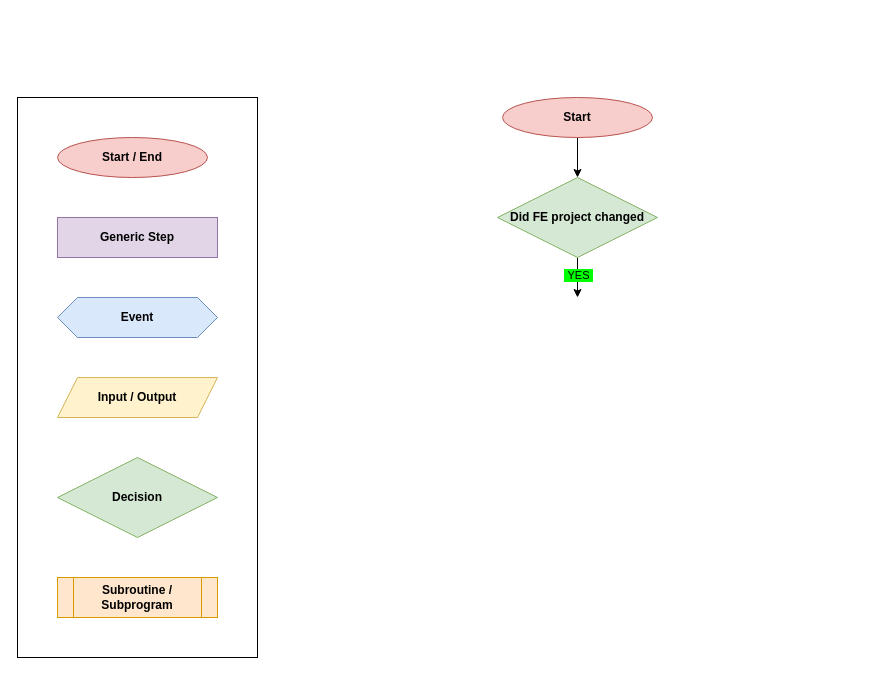
This is wiki/ci/ci-develop-frontend.drawio from paulAlexSerban/tpl--living-style-guide, a draw.io file, before an edit. Source tidied: cells renumbered, new cells numbered last; positions are measured from the earlier drawing's top-left corner, leaving out a move shared by most shapes. Both pictures are drawn from the tidied source at 100%, with x=0, y=0 at pixel (17, 97).
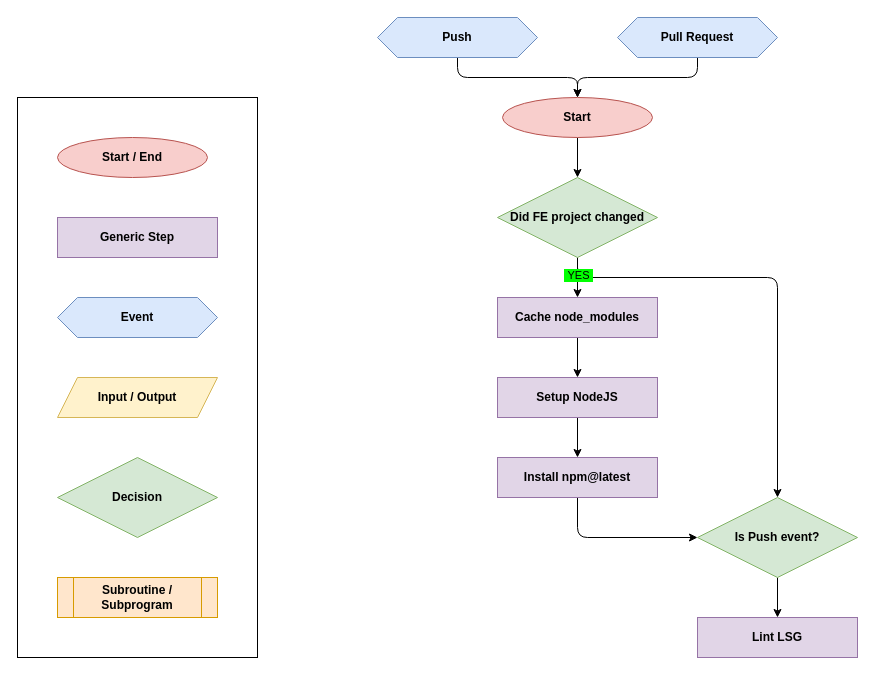
The same page after the edit.

The change refers to these unchanged cells:
```xml
<mxCell id="12" value="&lt;font color=&quot;#000000&quot;&gt;Start&lt;br&gt;&lt;/font&gt;" style="ellipse;whiteSpace=wrap;html=1;fillColor=#f8cecc;strokeColor=#b85450;fontStyle=1;" parent="1" vertex="1">
  <mxGeometry x="485" width="150" height="40" as="geometry" />
</mxCell>
<mxCell id="13" value="&lt;font color=&quot;#000000&quot;&gt;&lt;b&gt;Did FE project changed&lt;/b&gt;&lt;/font&gt;" style="rhombus;whiteSpace=wrap;html=1;fillColor=#d5e8d4;strokeColor=#82b366;" parent="1" vertex="1">
  <mxGeometry x="480" y="80" width="160" height="80" as="geometry" />
</mxCell>
```

Change to the diagram source:
```diff
@@
+    <mxCell id="14" style="edgeStyle=orthogonalEdgeStyle;html=1;entryX=0.5;entryY=0;entryDx=0;entryDy=0;fontColor=#000000;" parent="1" edge="1" source="13" target="26">
+      <mxGeometry relative="1" as="geometry">
+        <Array as="points">
+          <mxPoint x="560" y="180" />
+          <mxPoint x="760" y="180" />
+        </Array>
+      </mxGeometry>
+    </mxCell>
@@
+    <mxCell id="15" style="edgeStyle=orthogonalEdgeStyle;html=1;entryX=0.5;entryY=0;entryDx=0;entryDy=0;fontColor=#000000;" parent="1" edge="1" source="16" target="12">
+      <mxGeometry relative="1" as="geometry" />
+    </mxCell>
+    <mxCell id="16" value="&lt;b&gt;&lt;font color=&quot;#000000&quot;&gt;Push&lt;/font&gt;&lt;/b&gt;" style="shape=hexagon;perimeter=hexagonPerimeter2;whiteSpace=wrap;html=1;fixedSize=1;fillColor=#dae8fc;strokeColor=#6c8ebf;" parent="1" vertex="1">
+      <mxGeometry x="360" y="-80" width="160" height="40" as="geometry" />
+    </mxCell>
+    <mxCell id="17" style="edgeStyle=orthogonalEdgeStyle;html=1;fontColor=#000000;" parent="1" edge="1" source="18">
+      <mxGeometry relative="1" as="geometry">
+        <mxPoint x="560" as="targetPoint" />
+        <Array as="points">
+          <mxPoint x="680" y="-20" />
+          <mxPoint x="560" y="-20" />
+        </Array>
+      </mxGeometry>
+    </mxCell>
+    <mxCell id="18" value="&lt;b&gt;&lt;font color=&quot;#000000&quot;&gt;Pull Request&lt;/font&gt;&lt;/b&gt;" style="shape=hexagon;perimeter=hexagonPerimeter2;whiteSpace=wrap;html=1;fixedSize=1;fillColor=#dae8fc;strokeColor=#6c8ebf;" parent="1" vertex="1">
+      <mxGeometry x="600" y="-80" width="160" height="40" as="geometry" />
+    </mxCell>
+    <mxCell id="19" style="edgeStyle=orthogonalEdgeStyle;html=1;entryX=0.5;entryY=0;entryDx=0;entryDy=0;fontColor=#000000;" parent="1" edge="1" source="20" target="22">
+      <mxGeometry relative="1" as="geometry" />
+    </mxCell>
+    <mxCell id="20" value="&lt;b&gt;Cache node_modules&lt;/b&gt;" style="rounded=0;whiteSpace=wrap;html=1;fillColor=#e1d5e7;strokeColor=#9673a6;fontColor=#000000;" parent="1" vertex="1">
+      <mxGeometry x="480" y="200" width="160" height="40" as="geometry" />
+    </mxCell>
+    <mxCell id="21" style="edgeStyle=orthogonalEdgeStyle;html=1;entryX=0.5;entryY=0;entryDx=0;entryDy=0;fontColor=#000000;" parent="1" edge="1" source="22" target="24">
+      <mxGeometry relative="1" as="geometry" />
+    </mxCell>
+    <mxCell id="22" value="&lt;b&gt;Setup NodeJS&lt;/b&gt;" style="rounded=0;whiteSpace=wrap;html=1;fillColor=#e1d5e7;strokeColor=#9673a6;fontColor=#000000;" parent="1" vertex="1">
+      <mxGeometry x="480" y="280" width="160" height="40" as="geometry" />
+    </mxCell>
+    <mxCell id="23" style="edgeStyle=orthogonalEdgeStyle;html=1;entryX=0;entryY=0.5;entryDx=0;entryDy=0;fontColor=#000000;" parent="1" edge="1" source="24" target="26">
+      <mxGeometry relative="1" as="geometry">
+        <Array as="points">
+          <mxPoint x="560" y="440" />
+        </Array>
+      </mxGeometry>
+    </mxCell>
+    <mxCell id="24" value="&lt;b&gt;Install npm@latest&lt;/b&gt;" style="rounded=0;whiteSpace=wrap;html=1;fillColor=#e1d5e7;strokeColor=#9673a6;fontColor=#000000;" parent="1" vertex="1">
+      <mxGeometry x="480" y="360" width="160" height="40" as="geometry" />
+    </mxCell>
+    <mxCell id="25" style="edgeStyle=orthogonalEdgeStyle;html=1;fontColor=#000000;" parent="1" edge="1" source="26" target="27">
+      <mxGeometry relative="1" as="geometry" />
+    </mxCell>
+    <mxCell id="26" value="&lt;font color=&quot;#000000&quot;&gt;&lt;b&gt;Is Push event?&lt;/b&gt;&lt;/font&gt;" style="rhombus;whiteSpace=wrap;html=1;fillColor=#d5e8d4;strokeColor=#82b366;" parent="1" vertex="1">
+      <mxGeometry x="680" y="400" width="160" height="80" as="geometry" />
+    </mxCell>
+    <mxCell id="27" value="&lt;b&gt;Lint LSG&lt;/b&gt;" style="rounded=0;whiteSpace=wrap;html=1;fillColor=#e1d5e7;strokeColor=#9673a6;fontColor=#000000;" parent="1" vertex="1">
+      <mxGeometry x="680" y="520" width="160" height="40" as="geometry" />
+    </mxCell>
```
